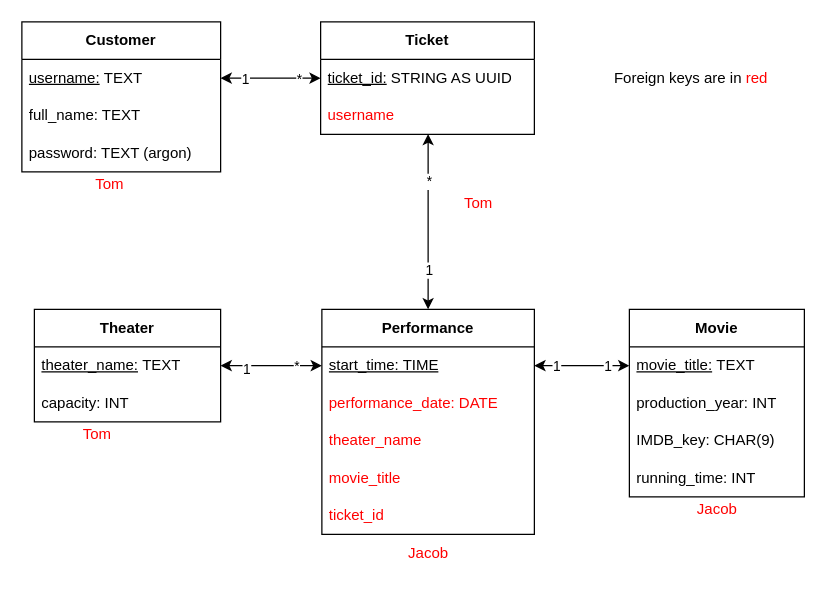
Earlier version of the draw.io diagram Lab2_ER_Model_w_Foreign_Keys.drawio (sergioferniza/edaf75). Source tidied: cells renumbered, new cells numbered last; positions are measured from the earlier drawing's top-left corner, leaving out a move shared by most shapes. Both pictures are drawn from the tidied source at 125%, with x=0, y=0 at pixel (21, 21).
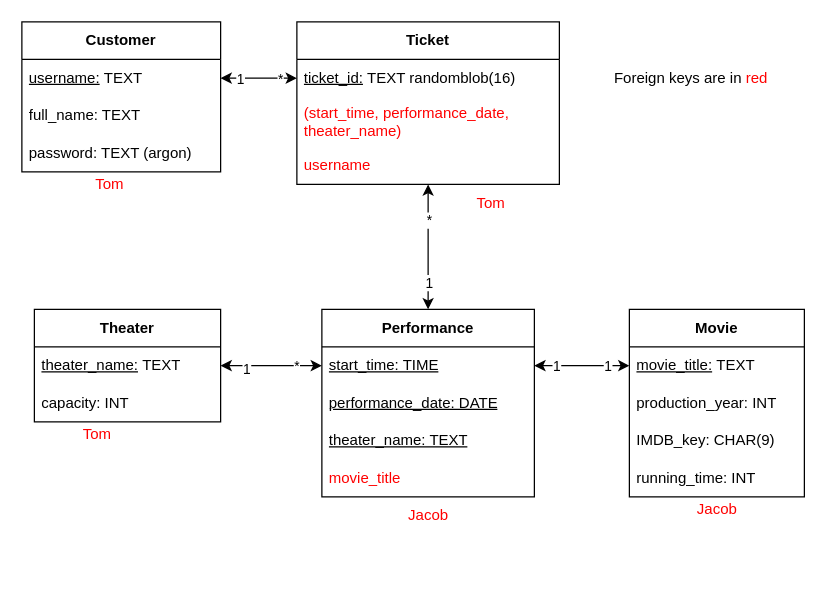
Above is the later version.

Commit message (it also covers changes not shown here):
Updated Performance and Ticket schema, along with UML diagram

The edit, as a diff of the source:
```diff
@@
     <mxCell id="10" value="Performance" style="swimlane;fontStyle=1;horizontal=1;startSize=30;whiteSpace=wrap;html=1;" parent="1" vertex="1">
-      <mxGeometry x="240" y="230" width="170" height="180" as="geometry" />
+      <mxGeometry x="240" y="230" width="170" height="150" as="geometry" />
     </mxCell>
@@
-    <mxCell id="12" value="&lt;font color=&quot;#ff0000&quot;&gt;performance_date: DATE&lt;/font&gt;" style="text;strokeColor=none;fillColor=none;align=left;verticalAlign=middle;spacingLeft=4;spacingRight=4;overflow=hidden;whiteSpace=wrap;html=1;" parent="10" vertex="1">
+    <mxCell id="12" value="&lt;u&gt;performance_date: DATE&lt;/u&gt;" style="text;strokeColor=none;fillColor=none;align=left;verticalAlign=middle;spacingLeft=4;spacingRight=4;overflow=hidden;whiteSpace=wrap;html=1;" parent="10" vertex="1">
       <mxGeometry y="60" width="170" height="30" as="geometry" />
     </mxCell>
-    <mxCell id="13" value="&lt;font color=&quot;#ff0000&quot;&gt;theater_name&lt;/font&gt;" style="text;strokeColor=none;fillColor=none;align=left;verticalAlign=middle;spacingLeft=4;spacingRight=4;overflow=hidden;whiteSpace=wrap;html=1;" parent="10" vertex="1">
+    <mxCell id="13" value="&lt;u&gt;theater_name: TEXT&lt;/u&gt;" style="text;strokeColor=none;fillColor=none;align=left;verticalAlign=middle;spacingLeft=4;spacingRight=4;overflow=hidden;whiteSpace=wrap;html=1;" parent="10" vertex="1">
       <mxGeometry y="90" width="170" height="30" as="geometry" />
     </mxCell>
@@
-    <mxCell id="15" value="&lt;font color=&quot;#ff0000&quot;&gt;ticket_id&lt;/font&gt;" style="text;strokeColor=none;fillColor=none;align=left;verticalAlign=middle;spacingLeft=4;spacingRight=4;overflow=hidden;whiteSpace=wrap;html=1;" parent="10" vertex="1">
-      <mxGeometry y="150" width="170" height="30" as="geometry" />
-    </mxCell>
@@
     <mxCell id="23" value="Ticket" style="swimlane;fontStyle=1;horizontal=1;startSize=30;whiteSpace=wrap;html=1;" parent="1" vertex="1">
-      <mxGeometry x="239" width="171" height="90" as="geometry" />
+      <mxGeometry x="220" width="210" height="130" as="geometry" />
     </mxCell>
-    <mxCell id="24" value="&lt;u&gt;ticket_id:&lt;/u&gt;&amp;nbsp;STRING AS UUID" style="text;strokeColor=none;fillColor=none;align=left;verticalAlign=middle;spacingLeft=4;spacingRight=4;overflow=hidden;points=[[0,0.5],[1,0.5]];portConstraint=eastwest;whiteSpace=wrap;html=1;" parent="23" vertex="1">
-      <mxGeometry y="30" width="171" height="30" as="geometry" />
+    <mxCell id="24" value="&lt;u&gt;ticket_id:&lt;/u&gt;&amp;nbsp;TEXT randomblob(16)" style="text;strokeColor=none;fillColor=none;align=left;verticalAlign=middle;spacingLeft=4;spacingRight=4;overflow=hidden;points=[[0,0.5],[1,0.5]];portConstraint=eastwest;whiteSpace=wrap;html=1;" parent="23" vertex="1">
+      <mxGeometry y="30" width="210" height="30" as="geometry" />
     </mxCell>
+    <mxCell id="41" value="&lt;font color=&quot;#ff0000&quot;&gt;(start_time, performance_date, theater_name)&lt;/font&gt;" style="text;strokeColor=none;fillColor=none;align=left;verticalAlign=middle;spacingLeft=4;spacingRight=4;overflow=hidden;whiteSpace=wrap;html=1;" parent="23" vertex="1">
+      <mxGeometry y="60" width="210" height="40" as="geometry" />
+    </mxCell>
     <mxCell id="25" value="&lt;font color=&quot;#ff0000&quot;&gt;username&lt;/font&gt;" style="text;strokeColor=none;fillColor=none;align=left;verticalAlign=middle;spacingLeft=4;spacingRight=4;overflow=hidden;points=[[0,0.5],[1,0.5]];portConstraint=eastwest;whiteSpace=wrap;html=1;" parent="23" vertex="1">
-      <mxGeometry y="60" width="171" height="30" as="geometry" />
+      <mxGeometry y="100" width="210" height="30" as="geometry" />
     </mxCell>
@@
-    <mxCell id="32" style="endArrow=classic;startArrow=classic;html=1;rounded=0;entryX=0.5;entryY=0;entryDx=0;entryDy=0;exitX=0.503;exitY=0.992;exitDx=0;exitDy=0;exitPerimeter=0;" parent="1" edge="1" source="25" target="10">
-      <mxGeometry relative="1" as="geometry" />
+    <mxCell id="32" style="endArrow=classic;startArrow=classic;html=1;rounded=0;entryX=0.5;entryY=0;entryDx=0;entryDy=0;" parent="1" edge="1" target="10">
+      <mxGeometry relative="1" as="geometry">
+        <mxPoint x="325" y="130" as="sourcePoint" />
+      </mxGeometry>
     </mxCell>
@@
     <mxCell id="37" value="Tom" style="text;html=1;align=center;verticalAlign=middle;strokeColor=none;fillColor=none;fontColor=#FF0000;" parent="1" vertex="1">
-      <mxGeometry x="340" y="130" width="50" height="30" as="geometry" />
+      <mxGeometry x="350" y="130" width="50" height="30" as="geometry" />
     </mxCell>
@@
     <mxCell id="39" value="Jacob" style="text;html=1;align=center;verticalAlign=middle;strokeColor=none;fillColor=none;fontColor=#FF0000;" parent="1" vertex="1">
-      <mxGeometry x="295" y="410" width="60" height="30" as="geometry" />
+      <mxGeometry x="295" y="380" width="60" height="30" as="geometry" />
     </mxCell>
```
